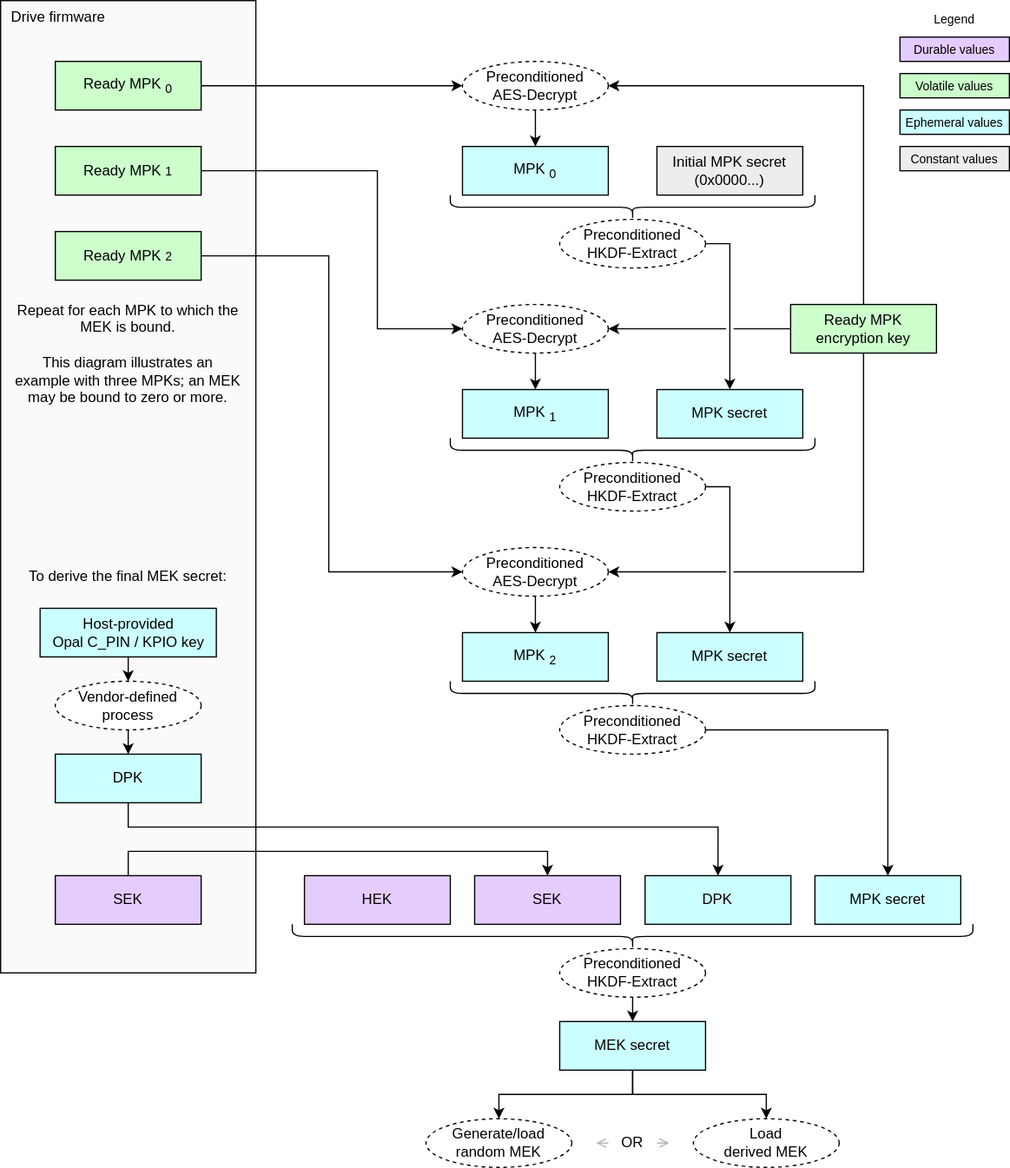
Before: doc/ocp_lock/diagrams/mek_secret_derivation.drawio.svg, a diagram exported from draw.io (chipsalliance/Caliptra). Source tidied: cells renumbered, new cells last; positions are measured from the earlier drawing's top-left corner, leaving out a move shared by most shapes.
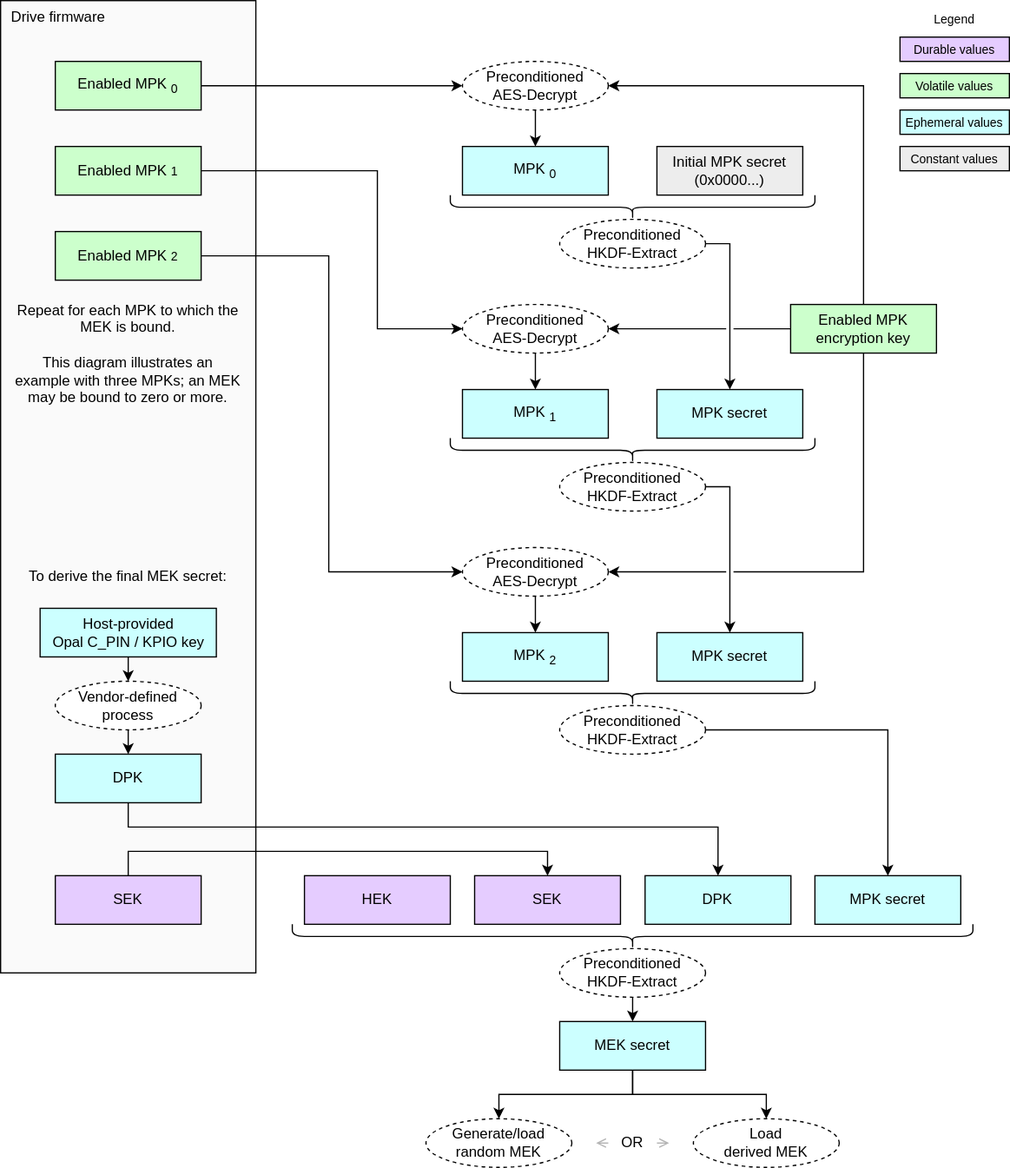
The same file after the commit.

Commit message:
Rename "Ready MPK" to "Enabled MPK".

The edit, as a diff of the source:
```diff
@@ -17,10 +17,10 @@
     <mxCell id="6" value="&lt;div&gt;&lt;font color=&quot;#000000&quot;&gt;Ephemeral values&lt;/font&gt;&lt;/div&gt;" style="rounded=0;whiteSpace=wrap;html=1;align=center;verticalAlign=middle;shadow=0;glass=0;spacingLeft=0;spacingBottom=0;spacingTop=0;fillColor=#CCFFFF;fontSize=10;" parent="1" vertex="1">
       <mxGeometry x="740" y="90" width="90" height="20" as="geometry" />
     </mxCell>
-    <mxCell id="7" value="&lt;div&gt;&lt;font color=&quot;#000000&quot;&gt;Ready MPK&lt;sub&gt;0&lt;/sub&gt;&lt;/font&gt;&lt;/div&gt;" style="rounded=0;whiteSpace=wrap;html=1;align=center;verticalAlign=middle;shadow=0;glass=0;spacingLeft=0;spacingBottom=0;spacingTop=0;fillColor=#CCFFCC;" parent="1" vertex="1">
+    <mxCell id="7" value="&lt;div&gt;&lt;font color=&quot;#000000&quot;&gt;Enabled MPK&lt;sub&gt;0&lt;/sub&gt;&lt;/font&gt;&lt;/div&gt;" style="rounded=0;whiteSpace=wrap;html=1;align=center;verticalAlign=middle;shadow=0;glass=0;spacingLeft=0;spacingBottom=0;spacingTop=0;fillColor=#CCFFCC;" parent="1" vertex="1">
       <mxGeometry x="45" y="50" width="120" height="40" as="geometry" />
     </mxCell>
-    <mxCell id="8" value="&lt;div&gt;&lt;font color=&quot;#000000&quot;&gt;Ready&amp;nbsp;&lt;span style=&quot;color: rgb(0, 0, 0);&quot;&gt;MPK&lt;/span&gt;&lt;/font&gt;&lt;/div&gt;&lt;div&gt;&lt;font color=&quot;#000000&quot;&gt;encryption key&lt;/font&gt;&lt;/div&gt;" style="rounded=0;whiteSpace=wrap;html=1;align=center;verticalAlign=middle;shadow=0;glass=0;spacingLeft=0;spacingBottom=0;spacingTop=0;fillColor=#CCFFCC;" parent="1" vertex="1">
+    <mxCell id="8" value="&lt;div&gt;&lt;font color=&quot;#000000&quot;&gt;Enabled&amp;nbsp;&lt;span style=&quot;color: rgb(0, 0, 0);&quot;&gt;MPK&lt;/span&gt;&lt;/font&gt;&lt;/div&gt;&lt;div&gt;&lt;font color=&quot;#000000&quot;&gt;encryption key&lt;/font&gt;&lt;/div&gt;" style="rounded=0;whiteSpace=wrap;html=1;align=center;verticalAlign=middle;shadow=0;glass=0;spacingLeft=0;spacingBottom=0;spacingTop=0;fillColor=#CCFFCC;" parent="1" vertex="1">
       <mxGeometry x="650" y="250" width="120" height="40" as="geometry" />
     </mxCell>
     <mxCell id="9" value="Preconditioned&lt;div&gt;AES-Decrypt&lt;/div&gt;" style="ellipse;whiteSpace=wrap;html=1;fillColor=#FFFFFF;dashed=1;" parent="1" vertex="1">
@@ -54,7 +54,7 @@
     <mxCell id="17" value="&lt;div&gt;&lt;font color=&quot;#000000&quot;&gt;MPK secret&lt;/font&gt;&lt;/div&gt;" style="rounded=0;whiteSpace=wrap;html=1;align=center;verticalAlign=middle;shadow=0;glass=0;spacingLeft=0;spacingBottom=0;spacingTop=0;fillColor=#CCFFFF;" parent="1" vertex="1">
       <mxGeometry x="540" y="320" width="120" height="40" as="geometry" />
     </mxCell>
-    <mxCell id="18" value="&lt;div&gt;&lt;font color=&quot;#000000&quot;&gt;Ready&amp;nbsp;&lt;/font&gt;&lt;font style=&quot;font-size: 10px;&quot;&gt;&lt;span style=&quot;color: rgb(0, 0, 0); font-size: 12px;&quot;&gt;MPK&lt;/span&gt;1&lt;/font&gt;&lt;/div&gt;" style="rounded=0;whiteSpace=wrap;html=1;align=center;verticalAlign=middle;shadow=0;glass=0;spacingLeft=0;spacingBottom=0;spacingTop=0;fillColor=#CCFFCC;" parent="1" vertex="1">
+    <mxCell id="18" value="&lt;div&gt;&lt;font color=&quot;#000000&quot;&gt;Enabled&amp;nbsp;&lt;/font&gt;&lt;font style=&quot;font-size: 10px;&quot;&gt;&lt;span style=&quot;color: rgb(0, 0, 0); font-size: 12px;&quot;&gt;MPK&lt;/span&gt;1&lt;/font&gt;&lt;/div&gt;" style="rounded=0;whiteSpace=wrap;html=1;align=center;verticalAlign=middle;shadow=0;glass=0;spacingLeft=0;spacingBottom=0;spacingTop=0;fillColor=#CCFFCC;" parent="1" vertex="1">
       <mxGeometry x="45" y="120" width="120" height="40" as="geometry" />
     </mxCell>
     <mxCell id="19" value="Preconditioned&lt;div&gt;AES-Decrypt&lt;/div&gt;" style="ellipse;whiteSpace=wrap;html=1;fillColor=#FFFFFF;dashed=1;" parent="1" vertex="1">
@@ -75,7 +75,7 @@
     <mxCell id="24" style="edgeStyle=none;html=1;exitX=0.5;exitY=1;exitDx=0;exitDy=0;entryX=0.5;entryY=0;entryDx=0;entryDy=0;" parent="1" edge="1" source="19" target="20">
       <mxGeometry relative="1" as="geometry" />
     </mxCell>
-    <mxCell id="25" value="&lt;div&gt;&lt;font color=&quot;#000000&quot;&gt;Ready&amp;nbsp;&lt;span style=&quot;color: rgb(0, 0, 0);&quot;&gt;MPK&lt;/span&gt;&lt;span style=&quot;font-size: 10px;&quot;&gt;2&lt;/span&gt;&lt;/font&gt;&lt;/div&gt;" style="rounded=0;whiteSpace=wrap;html=1;align=center;verticalAlign=middle;shadow=0;glass=0;spacingLeft=0;spacingBottom=0;spacingTop=0;fillColor=#CCFFCC;" parent="1" vertex="1">
+    <mxCell id="25" value="&lt;div&gt;&lt;font color=&quot;#000000&quot;&gt;Enabled&amp;nbsp;&lt;span style=&quot;color: rgb(0, 0, 0);&quot;&gt;MPK&lt;/span&gt;&lt;span style=&quot;font-size: 10px;&quot;&gt;2&lt;/span&gt;&lt;/font&gt;&lt;/div&gt;" style="rounded=0;whiteSpace=wrap;html=1;align=center;verticalAlign=middle;shadow=0;glass=0;spacingLeft=0;spacingBottom=0;spacingTop=0;fillColor=#CCFFCC;" parent="1" vertex="1">
       <mxGeometry x="45" y="190" width="120" height="40" as="geometry" />
     </mxCell>
     <mxCell id="26" value="Preconditioned&lt;div&gt;AES-Decrypt&lt;/div&gt;" style="ellipse;whiteSpace=wrap;html=1;fillColor=#FFFFFF;dashed=1;" parent="1" vertex="1">
```
